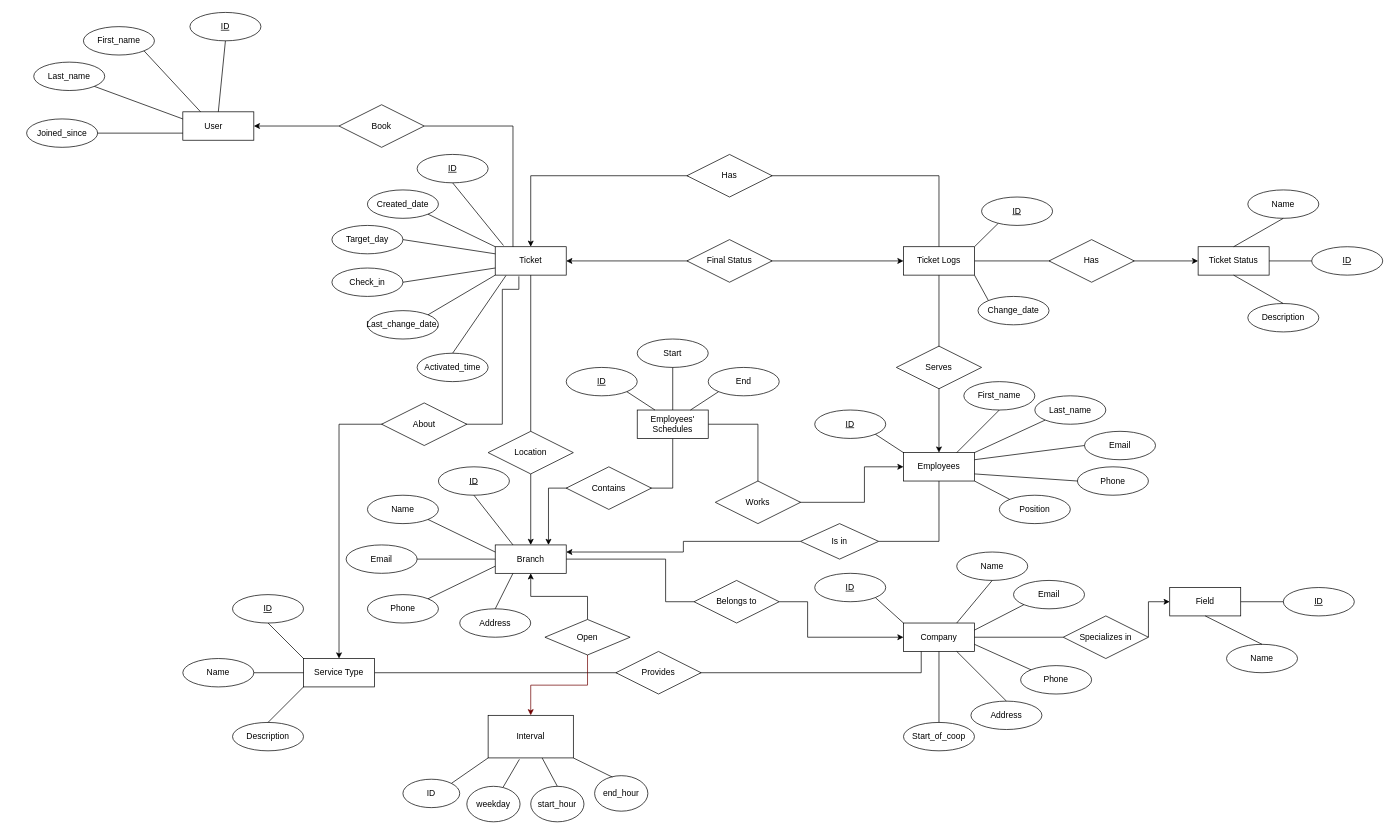
The draw.io diagram ERD.drawio in MovsisyanM/DB-Queues, before the edit. Source tidied: cells renumbered, new cells numbered last; positions are measured from the earlier drawing's top-left corner, leaving out a move shared by most shapes. Both pictures are drawn from the tidied source at 71%, with x=0, y=0 at pixel (26, 12).
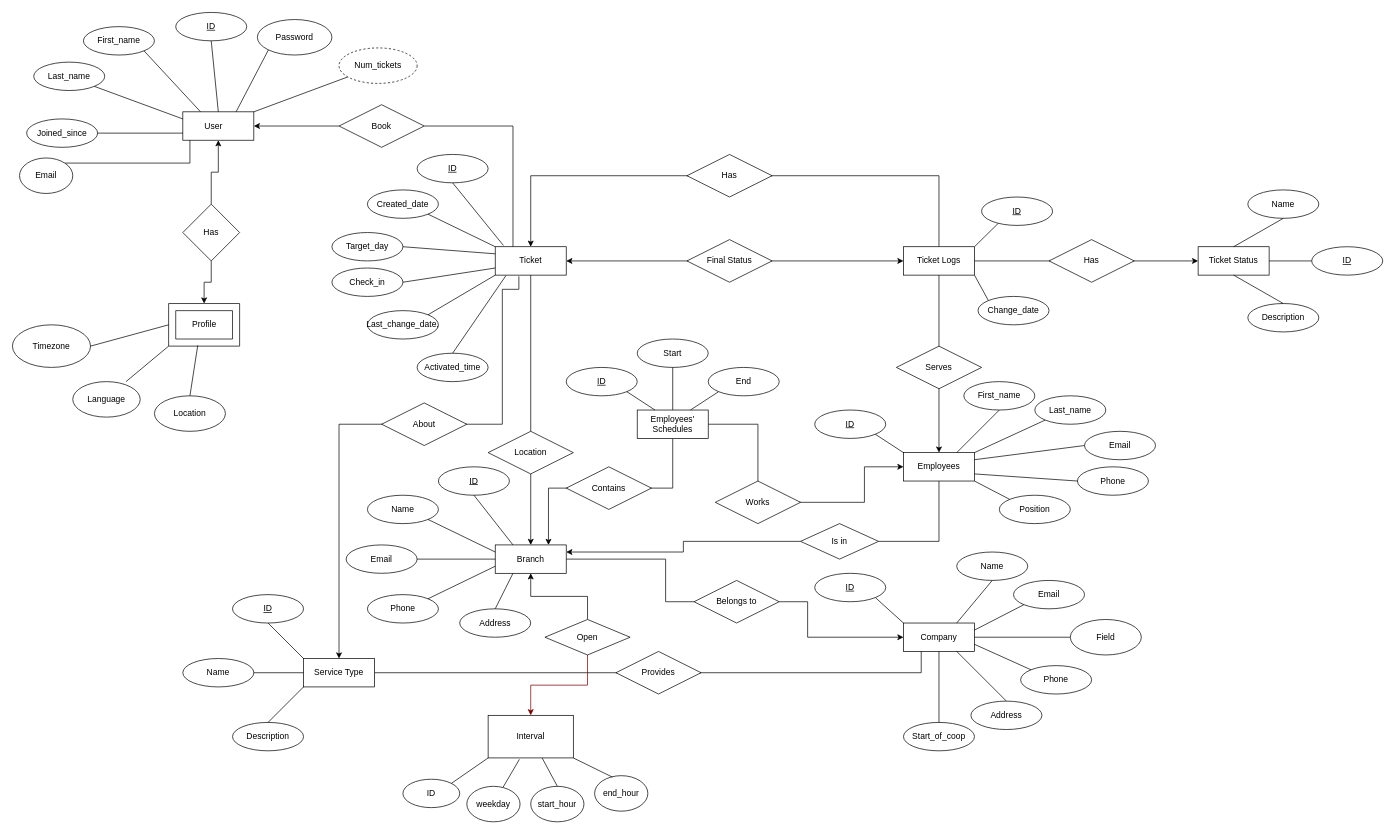
The same diagram, later.

Commit message:
Discussion sync

The change refers to these unchanged cells:
```xml
<mxCell id="20" value="Company" style="whiteSpace=wrap;html=1;align=center;" parent="1" vertex="1">
  <mxGeometry x="1235" y="860" width="100" height="40" as="geometry" />
</mxCell>
<mxCell id="31" value="&amp;nbsp;User&amp;nbsp; &amp;nbsp; &amp;nbsp;" style="whiteSpace=wrap;html=1;align=center;" parent="1" vertex="1">
  <mxGeometry x="220" y="140" width="100" height="40" as="geometry" />
</mxCell>
```

Change to the diagram source:
```diff
@@
-    <mxCell id="7" style="edgeStyle=orthogonalEdgeStyle;rounded=0;jettySize=auto;html=1;startArrow=none;startFill=0;endArrow=classic;endFill=1;exitX=1;exitY=0.5;exitDx=0;exitDy=0;entryX=0;entryY=0.5;entryDx=0;entryDy=0;" parent="1" edge="1" source="120" target="29">
-      <mxGeometry relative="1" as="geometry">
-        <Array as="points">
-          <mxPoint x="1580" y="880" />
-          <mxPoint x="1580" y="830" />
-        </Array>
-      </mxGeometry>
-    </mxCell>
@@
-    <mxCell id="29" value="Field" style="whiteSpace=wrap;html=1;align=center;" parent="1" vertex="1">
-      <mxGeometry x="1610" y="810" width="100" height="40" as="geometry" />
-    </mxCell>
@@
     <mxCell id="38" value="Target_day" style="ellipse;whiteSpace=wrap;html=1;align=center;" parent="1" vertex="1">
-      <mxGeometry x="430" y="300" width="100" height="40" as="geometry" />
+      <mxGeometry x="430" y="310" width="100" height="40" as="geometry" />
     </mxCell>
@@
-    <mxCell id="92" value="ID" style="ellipse;whiteSpace=wrap;html=1;align=center;fontStyle=4;" parent="1" vertex="1">
-      <mxGeometry x="1770" y="810" width="100" height="40" as="geometry" />
-    </mxCell>
-    <mxCell id="93" value="Name" style="ellipse;whiteSpace=wrap;html=1;align=center;" parent="1" vertex="1">
-      <mxGeometry x="1690" y="890" width="100" height="40" as="geometry" />
-    </mxCell>
-    <mxCell id="94" style="endArrow=none;html=1;rounded=0;exitX=0.5;exitY=0;exitDx=0;exitDy=0;entryX=0.5;entryY=1;entryDx=0;entryDy=0;" parent="1" edge="1" source="93" target="29">
-      <mxGeometry relative="1" as="geometry" />
-    </mxCell>
-    <mxCell id="95" style="endArrow=none;html=1;rounded=0;exitX=0;exitY=0.5;exitDx=0;exitDy=0;entryX=1;entryY=0.5;entryDx=0;entryDy=0;" parent="1" edge="1" source="92" target="29">
-      <mxGeometry relative="1" as="geometry" />
-    </mxCell>
@@
     <mxCell id="109" value="ID" style="ellipse;whiteSpace=wrap;html=1;align=center;fontStyle=4;" parent="1" vertex="1">
-      <mxGeometry x="230" width="100" height="40" as="geometry" />
+      <mxGeometry x="210" width="100" height="40" as="geometry" />
     </mxCell>
@@
-    <mxCell id="120" value="Specializes in" style="shape=rhombus;perimeter=rhombusPerimeter;whiteSpace=wrap;html=1;align=center;" parent="1" vertex="1">
-      <mxGeometry x="1460" y="850" width="120" height="60" as="geometry" />
-    </mxCell>
-    <mxCell id="121" style="edgeStyle=orthogonalEdgeStyle;rounded=0;jettySize=auto;html=1;startArrow=none;startFill=0;endArrow=none;endFill=1;exitX=1;exitY=0.5;exitDx=0;exitDy=0;entryX=0;entryY=0.5;entryDx=0;entryDy=0;" parent="1" edge="1" source="20" target="120">
+    <mxCell id="121" style="edgeStyle=orthogonalEdgeStyle;rounded=0;jettySize=auto;html=1;startArrow=none;startFill=0;endArrow=none;endFill=1;exitX=1;exitY=0.5;exitDx=0;exitDy=0;entryX=0;entryY=0.5;entryDx=0;entryDy=0;" parent="1" edge="1" source="20" target="29">
       <mxGeometry relative="1" as="geometry" />
     </mxCell>
@@
+    <mxCell id="136" style="edgeStyle=orthogonalEdgeStyle;rounded=0;jettySize=auto;html=1;exitX=1;exitY=0;exitDx=0;exitDy=0;endArrow=none;endFill=0;" parent="1" edge="1" source="137" target="31">
+      <mxGeometry relative="1" as="geometry">
+        <Array as="points">
+          <mxPoint x="230" y="212" />
+        </Array>
+      </mxGeometry>
+    </mxCell>
+    <mxCell id="137" value="&lt;div&gt;Email&lt;/div&gt;" style="ellipse;whiteSpace=wrap;html=1;" parent="1" vertex="1">
+      <mxGeometry x="-10" y="205" width="75" height="50" as="geometry" />
+    </mxCell>
+    <mxCell id="138" style="edgeStyle=orthogonalEdgeStyle;rounded=0;jettySize=auto;html=1;entryX=0.5;entryY=1;entryDx=0;entryDy=0;endArrow=classic;endFill=1;" parent="1" edge="1" source="140" target="31">
+      <mxGeometry relative="1" as="geometry" />
+    </mxCell>
+    <mxCell id="139" style="edgeStyle=orthogonalEdgeStyle;rounded=0;jettySize=auto;html=1;entryX=0.5;entryY=0;entryDx=0;entryDy=0;entryPerimeter=0;endArrow=classic;endFill=1;" parent="1" edge="1" source="140" target="141">
+      <mxGeometry relative="1" as="geometry" />
+    </mxCell>
+    <mxCell id="140" value="Has" style="rhombus;whiteSpace=wrap;html=1;" parent="1" vertex="1">
+      <mxGeometry x="220" y="270" width="80" height="80" as="geometry" />
+    </mxCell>
+    <mxCell id="141" style="verticalLabelPosition=bottom;verticalAlign=top;html=1;shape=mxgraph.basic.frame;dx=10;glass=0;sketch=0;strokeColor=#000000;" parent="1" vertex="1">
+      <mxGeometry x="200" y="410" width="100" height="60" as="geometry" />
+    </mxCell>
+    <mxCell id="142" value="&lt;div&gt;Profile&lt;/div&gt;" style="text;html=1;align=center;verticalAlign=middle;strokeColor=none;fillColor=none;" parent="1" vertex="1">
+      <mxGeometry x="225" y="430" width="50" height="20" as="geometry" />
+    </mxCell>
+    <mxCell id="143" value="Language" style="ellipse;whiteSpace=wrap;html=1;glass=0;sketch=0;strokeColor=#000000;" parent="1" vertex="1">
+      <mxGeometry x="65" y="520" width="95" height="50" as="geometry" />
+    </mxCell>
+    <mxCell id="144" value="Location" style="ellipse;whiteSpace=wrap;html=1;glass=0;sketch=0;strokeColor=#000000;" parent="1" vertex="1">
+      <mxGeometry x="180" y="540" width="100" height="50" as="geometry" />
+    </mxCell>
+    <mxCell id="145" value="Timezone" style="ellipse;whiteSpace=wrap;html=1;glass=0;sketch=0;strokeColor=#000000;" parent="1" vertex="1">
+      <mxGeometry x="-20" y="440" width="110" height="60" as="geometry" />
+    </mxCell>
+    <mxCell id="146" style="endArrow=none;html=1;rounded=0;entryX=0;entryY=0.5;entryDx=0;entryDy=0;entryPerimeter=0;exitX=1;exitY=0.5;exitDx=0;exitDy=0;" parent="1" edge="1" source="145" target="141">
+      <mxGeometry relative="1" as="geometry" />
+    </mxCell>
+    <mxCell id="147" style="endArrow=none;html=1;rounded=0;exitX=0.789;exitY=0;exitDx=0;exitDy=0;exitPerimeter=0;entryX=0;entryY=1;entryDx=0;entryDy=0;entryPerimeter=0;" parent="1" edge="1" source="143" target="141">
+      <mxGeometry relative="1" as="geometry" />
+    </mxCell>
+    <mxCell id="148" style="endArrow=none;html=1;rounded=0;exitX=0.5;exitY=0;exitDx=0;exitDy=0;entryX=0.41;entryY=0.983;entryDx=0;entryDy=0;entryPerimeter=0;" parent="1" edge="1" source="144" target="141">
+      <mxGeometry relative="1" as="geometry" />
+    </mxCell>
+    <mxCell id="149" value="Password" style="ellipse;whiteSpace=wrap;html=1;glass=0;sketch=0;strokeColor=#000000;" parent="1" vertex="1">
+      <mxGeometry x="325" y="10" width="105" height="50" as="geometry" />
+    </mxCell>
+    <mxCell id="150" style="endArrow=none;html=1;rounded=0;exitX=0.75;exitY=0;exitDx=0;exitDy=0;entryX=0;entryY=1;entryDx=0;entryDy=0;" parent="1" edge="1" source="31" target="149">
+      <mxGeometry relative="1" as="geometry" />
+    </mxCell>
+    <mxCell id="151" style="endArrow=none;html=1;rounded=0;exitX=1;exitY=0;exitDx=0;exitDy=0;" parent="1" edge="1" source="31" target="152">
+      <mxGeometry relative="1" as="geometry" />
+    </mxCell>
+    <mxCell id="152" value="Num_tickets" style="ellipse;whiteSpace=wrap;html=1;glass=0;sketch=0;strokeColor=#000000;dashed=1;" parent="1" vertex="1">
+      <mxGeometry x="440" y="50" width="110" height="50" as="geometry" />
+    </mxCell>
+    <mxCell id="29" value="Field" style="ellipse;whiteSpace=wrap;html=1;glass=0;sketch=0;strokeColor=#000000;" parent="1" vertex="1">
+      <mxGeometry x="1470" y="855" width="100" height="50" as="geometry" />
+    </mxCell>
```
